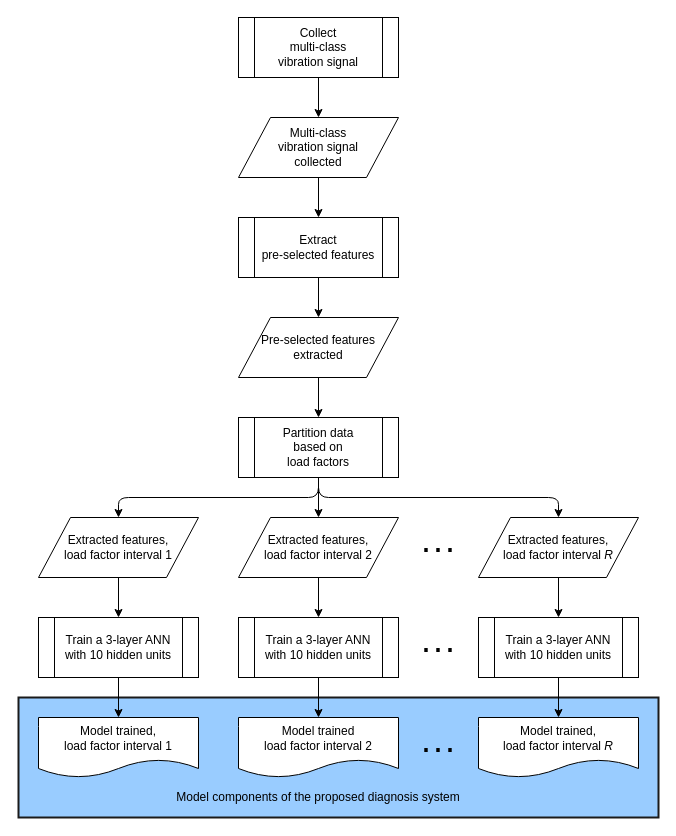
Before: reports/figures/construction_of_proposed_diagnosis_system.drawio in xujiachang1024/Fault-Diagnosis-with-ML, a draw.io diagram. Source tidied: cells renumbered, new cells numbered last; positions are measured from the earlier drawing's top-left corner, leaving out a move shared by most shapes. Both pictures are drawn from the tidied source at 100%, with x=0, y=0 at pixel (18, 17).
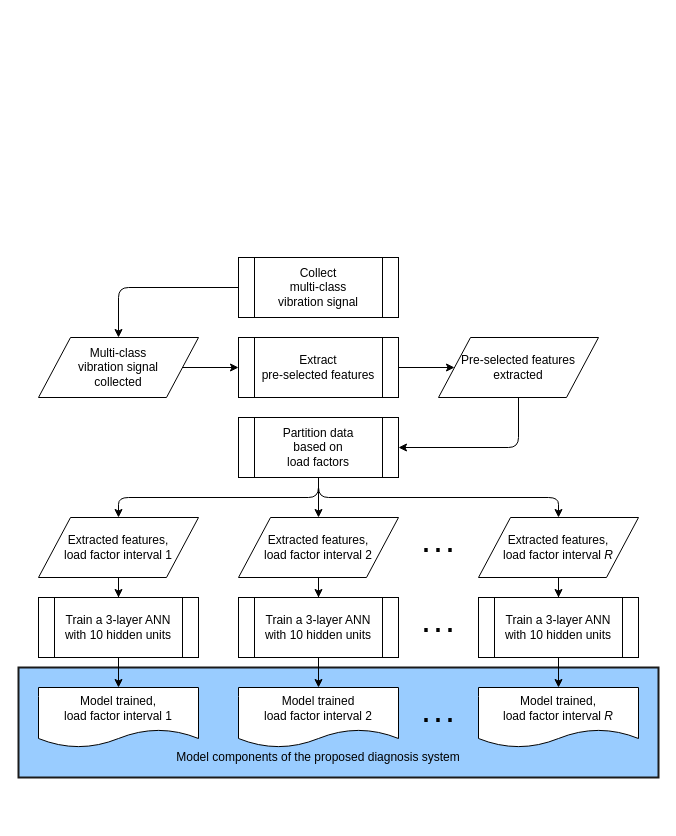
After the change.

The change refers to these unchanged cells:
```xml
<mxCell id="12" value="Partition data&lt;br&gt;based on&lt;br&gt;load factors" style="shape=process;whiteSpace=wrap;html=1;backgroundOutline=1;" parent="1" vertex="1">
  <mxGeometry x="220" y="400" width="160" height="60" as="geometry" />
</mxCell>
```

Diff of the diagram source:
```diff
@@
     <mxCell id="2" style="rounded=0;whiteSpace=wrap;html=1;labelBackgroundColor=none;strokeColor=#1A1A1A;strokeWidth=2;fillColor=#99CCFF;fontSize=18;fontColor=#000000;align=center;" parent="1" vertex="1">
-      <mxGeometry y="680" width="640" height="120" as="geometry" />
+      <mxGeometry y="650" width="640" height="110" as="geometry" />
     </mxCell>
-    <mxCell id="3" style="edgeStyle=orthogonalEdgeStyle;rounded=0;jettySize=auto;html=1;" parent="1" edge="1" source="4" target="6">
-      <mxGeometry relative="1" as="geometry" />
-    </mxCell>
     <mxCell id="4" value="Collect&lt;br&gt;multi-class&lt;br&gt;vibration signal" style="shape=process;whiteSpace=wrap;html=1;backgroundOutline=1;" parent="1" vertex="1">
-      <mxGeometry x="220" width="160" height="60" as="geometry" />
+      <mxGeometry x="220" y="240" width="160" height="60" as="geometry" />
     </mxCell>
@@
     <mxCell id="6" value="Multi-class&lt;br&gt;vibration signal&lt;br&gt;collected" style="shape=parallelogram;perimeter=parallelogramPerimeter;whiteSpace=wrap;html=1;" parent="1" vertex="1">
-      <mxGeometry x="220" y="100" width="160" height="60" as="geometry" />
+      <mxGeometry x="20" y="320" width="160" height="60" as="geometry" />
     </mxCell>
@@
     <mxCell id="8" value="Extract&lt;br&gt;pre-selected features" style="shape=process;whiteSpace=wrap;html=1;backgroundOutline=1;" parent="1" vertex="1">
-      <mxGeometry x="220" y="200" width="160" height="60" as="geometry" />
+      <mxGeometry x="220" y="320" width="160" height="60" as="geometry" />
     </mxCell>
-    <mxCell id="9" style="edgeStyle=orthogonalEdgeStyle;rounded=0;jettySize=auto;html=1;" parent="1" edge="1" source="10" target="12">
-      <mxGeometry relative="1" as="geometry" />
-    </mxCell>
     <mxCell id="10" value="Pre-selected features&lt;br&gt;extracted" style="shape=parallelogram;perimeter=parallelogramPerimeter;whiteSpace=wrap;html=1;" parent="1" vertex="1">
-      <mxGeometry x="220" y="300" width="160" height="60" as="geometry" />
+      <mxGeometry x="420" y="320" width="160" height="60" as="geometry" />
     </mxCell>
@@
     <mxCell id="23" value="Train a 3-layer ANN&lt;br&gt;with 10 hidden units" style="shape=process;whiteSpace=wrap;html=1;backgroundOutline=1;fillColor=#FFFFFF;" parent="1" vertex="1">
-      <mxGeometry x="20" y="600" width="160" height="60" as="geometry" />
+      <mxGeometry x="20" y="580" width="160" height="60" as="geometry" />
     </mxCell>
@@
     <mxCell id="25" value="Train a 3-layer ANN&lt;br&gt;with 10 hidden units" style="shape=process;whiteSpace=wrap;html=1;backgroundOutline=1;fillColor=#FFFFFF;" parent="1" vertex="1">
-      <mxGeometry x="220" y="600" width="160" height="60" as="geometry" />
+      <mxGeometry x="220" y="580" width="160" height="60" as="geometry" />
     </mxCell>
@@
     <mxCell id="27" value="Train a 3-layer ANN&lt;br&gt;with 10 hidden units" style="shape=process;whiteSpace=wrap;html=1;backgroundOutline=1;fillColor=#FFFFFF;" parent="1" vertex="1">
-      <mxGeometry x="460" y="600" width="160" height="60" as="geometry" />
+      <mxGeometry x="460" y="580" width="160" height="60" as="geometry" />
     </mxCell>
     <mxCell id="28" value="&lt;font style=&quot;font-size: 36px&quot;&gt;···&lt;/font&gt;" style="text;html=1;strokeColor=none;fillColor=none;align=center;verticalAlign=middle;whiteSpace=wrap;rounded=0;" parent="1" vertex="1">
-      <mxGeometry x="400" y="620" width="40" height="20" as="geometry" />
+      <mxGeometry x="400" y="600" width="40" height="20" as="geometry" />
     </mxCell>
     <mxCell id="29" value="Model trained,&lt;br&gt;load factor interval 1" style="shape=document;whiteSpace=wrap;html=1;boundedLbl=1;" parent="1" vertex="1">
-      <mxGeometry x="20" y="700" width="160" height="60" as="geometry" />
+      <mxGeometry x="20" y="670" width="160" height="60" as="geometry" />
     </mxCell>
     <mxCell id="30" value="Model trained&lt;br&gt;load factor interval 2" style="shape=document;whiteSpace=wrap;html=1;boundedLbl=1;" parent="1" vertex="1">
-      <mxGeometry x="220" y="700" width="160" height="60" as="geometry" />
+      <mxGeometry x="220" y="670" width="160" height="60" as="geometry" />
     </mxCell>
     <mxCell id="31" value="Model trained,&lt;br&gt;load factor interval&amp;nbsp;&lt;i&gt;R&lt;/i&gt;" style="shape=document;whiteSpace=wrap;html=1;boundedLbl=1;" parent="1" vertex="1">
-      <mxGeometry x="460" y="700" width="160" height="60" as="geometry" />
+      <mxGeometry x="460" y="670" width="160" height="60" as="geometry" />
     </mxCell>
     <mxCell id="32" value="&lt;font style=&quot;font-size: 36px&quot;&gt;···&lt;/font&gt;" style="text;html=1;strokeColor=none;fillColor=none;align=center;verticalAlign=middle;whiteSpace=wrap;rounded=0;" parent="1" vertex="1">
-      <mxGeometry x="400" y="720" width="40" height="20" as="geometry" />
+      <mxGeometry x="400" y="690" width="40" height="20" as="geometry" />
     </mxCell>
     <mxCell id="33" value="Model components of the proposed diagnosis system" style="text;html=1;strokeColor=none;fillColor=none;align=center;verticalAlign=middle;whiteSpace=wrap;rounded=0;" parent="1" vertex="1">
-      <mxGeometry x="150" y="770" width="300" height="20" as="geometry" />
+      <mxGeometry x="150" y="730" width="300" height="20" as="geometry" />
     </mxCell>
+    <mxCell id="3" style="endArrow=classic;html=1;exitX=0;exitY=0.5;exitDx=0;exitDy=0;entryX=0.5;entryY=0;entryDx=0;entryDy=0;" parent="1" edge="1" source="4" target="6">
+      <mxGeometry relative="1" as="geometry">
+        <Array as="points">
+          <mxPoint x="100" y="270" />
+        </Array>
+      </mxGeometry>
+    </mxCell>
+    <mxCell id="9" style="endArrow=classic;html=1;exitX=0.5;exitY=1;exitDx=0;exitDy=0;entryX=1;entryY=0.5;entryDx=0;entryDy=0;" parent="1" edge="1" source="10" target="12">
+      <mxGeometry relative="1" as="geometry">
+        <Array as="points">
+          <mxPoint x="500" y="430" />
+        </Array>
+      </mxGeometry>
+    </mxCell>
```
